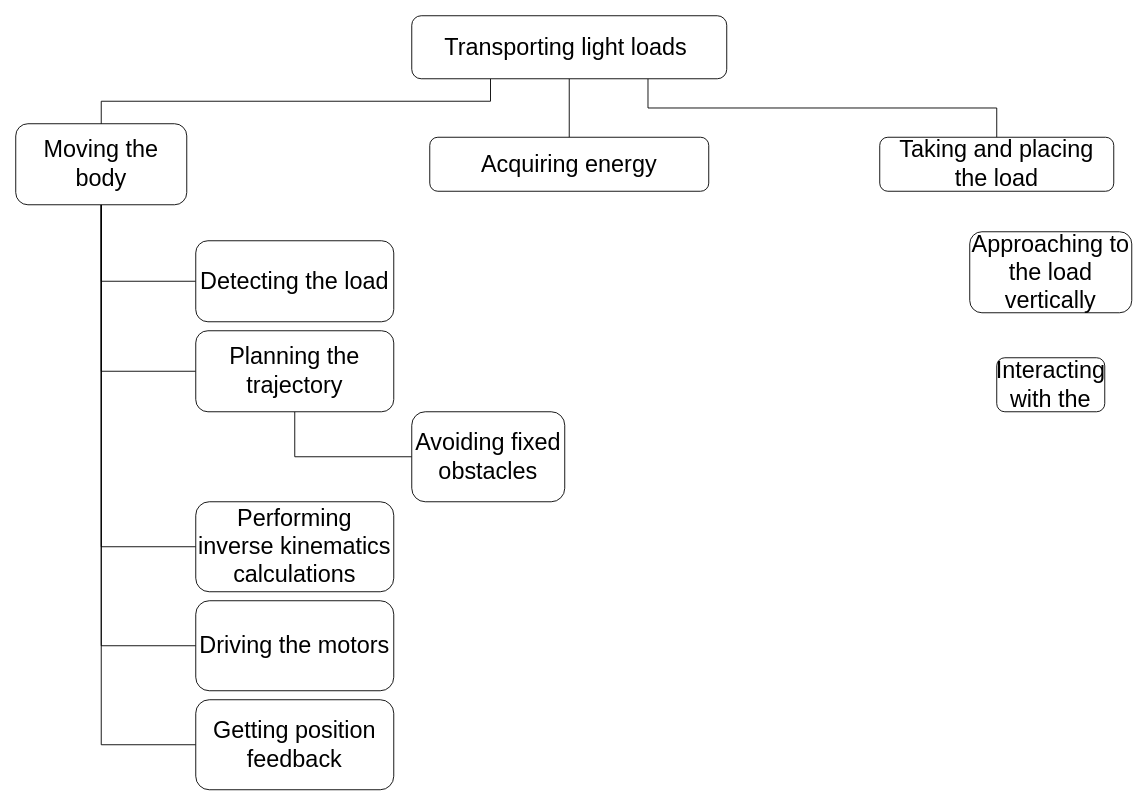
Above: Functional Decomposition.drawio in ardaozarslan/SpyderCam-1F92F (draw.io), before the change. Source tidied: cells renumbered, new cells numbered last; positions are measured from the earlier drawing's top-left corner, leaving out a move shared by most shapes. Both pictures are drawn from the tidied source at 90%, with x=0, y=0 at pixel (15, 15).
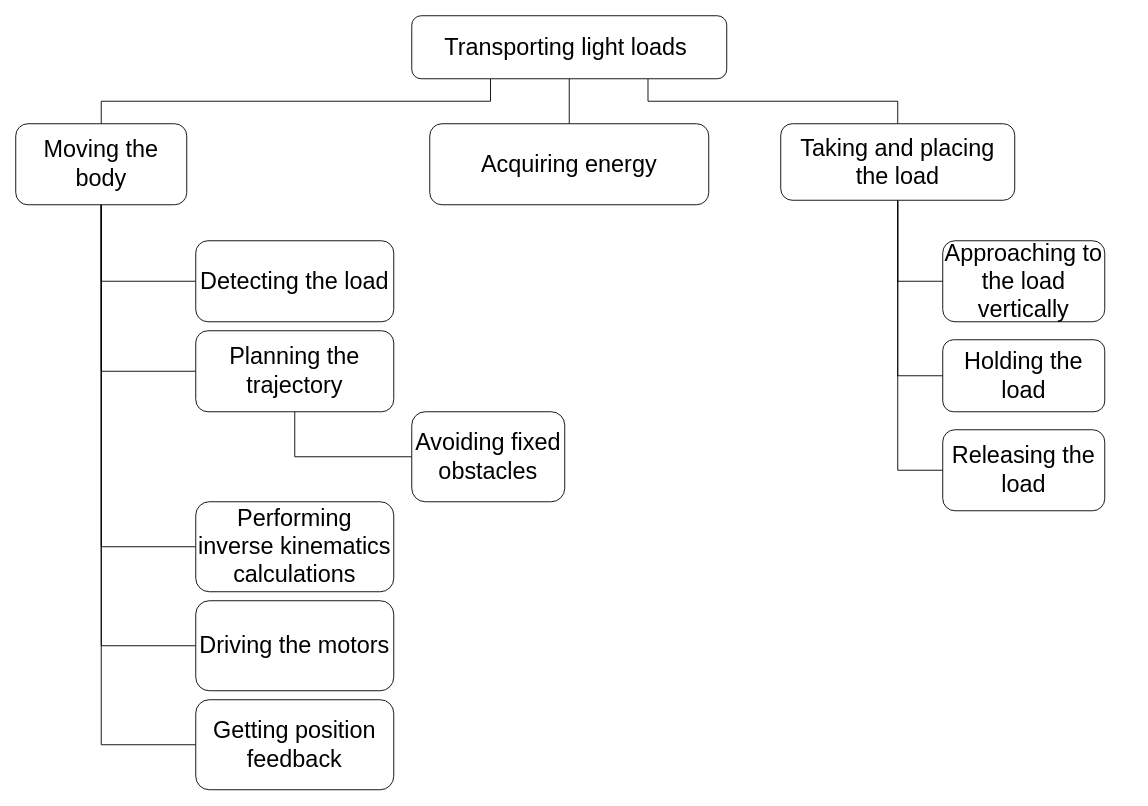
The same diagram, later.

Diff of the diagram source:
```diff
@@
+    <mxCell id="23" style="edgeStyle=orthogonalEdgeStyle;rounded=0;jettySize=auto;html=1;exitX=0.5;exitY=1;exitDx=0;exitDy=0;entryX=0;entryY=0.5;entryDx=0;entryDy=0;endArrow=none;endFill=0;" parent="1" edge="1" source="12" target="21">
+      <mxGeometry relative="1" as="geometry" />
+    </mxCell>
+    <mxCell id="24" style="edgeStyle=orthogonalEdgeStyle;rounded=0;jettySize=auto;html=1;exitX=0.5;exitY=1;exitDx=0;exitDy=0;entryX=0;entryY=0.5;entryDx=0;entryDy=0;endArrow=none;endFill=0;" parent="1" edge="1" source="12" target="22">
+      <mxGeometry relative="1" as="geometry" />
+    </mxCell>
+    <mxCell id="25" style="edgeStyle=orthogonalEdgeStyle;rounded=0;jettySize=auto;html=1;exitX=0.5;exitY=1;exitDx=0;exitDy=0;entryX=0;entryY=0.5;entryDx=0;entryDy=0;endArrow=none;endFill=0;" parent="1" edge="1" source="12" target="26">
+      <mxGeometry relative="1" as="geometry" />
+    </mxCell>
     <mxCell id="12" value="&lt;font style=&quot;font-size: 26px&quot;&gt;Taking and placing the load&lt;/font&gt;" style="rounded=1;whiteSpace=wrap;html=1;" parent="1" vertex="1">
-      <mxGeometry x="960" y="135" width="260" height="60" as="geometry" />
+      <mxGeometry x="850" y="120" width="260" height="85" as="geometry" />
     </mxCell>
@@
     <mxCell id="20" value="&lt;font style=&quot;font-size: 26px&quot;&gt;Acquiring energy&lt;/font&gt;" style="rounded=1;whiteSpace=wrap;html=1;" parent="1" vertex="1">
-      <mxGeometry x="460" y="135" width="310" height="60" as="geometry" />
+      <mxGeometry x="460" y="120" width="310" height="90" as="geometry" />
     </mxCell>
     <mxCell id="21" value="&lt;font style=&quot;font-size: 26px&quot;&gt;Approaching to the load vertically&lt;/font&gt;" style="rounded=1;whiteSpace=wrap;html=1;" parent="1" vertex="1">
-      <mxGeometry x="1060" y="240" width="180" height="90" as="geometry" />
+      <mxGeometry x="1030" y="250" width="180" height="90" as="geometry" />
     </mxCell>
-    <mxCell id="22" value="&lt;font style=&quot;font-size: 26px&quot;&gt;Interacting with the&lt;/font&gt;" style="rounded=1;whiteSpace=wrap;html=1;" parent="1" vertex="1">
-      <mxGeometry x="1090" y="380" width="120" height="60" as="geometry" />
+    <mxCell id="22" value="&lt;font style=&quot;font-size: 26px&quot;&gt;Holding the load&lt;/font&gt;" style="rounded=1;whiteSpace=wrap;html=1;" parent="1" vertex="1">
+      <mxGeometry x="1030" y="360" width="180" height="80" as="geometry" />
     </mxCell>
+    <mxCell id="26" value="&lt;font style=&quot;font-size: 26px&quot;&gt;Releasing the load&lt;/font&gt;" style="rounded=1;whiteSpace=wrap;html=1;" parent="1" vertex="1">
+      <mxGeometry x="1030" y="460" width="180" height="90" as="geometry" />
+    </mxCell>
```
